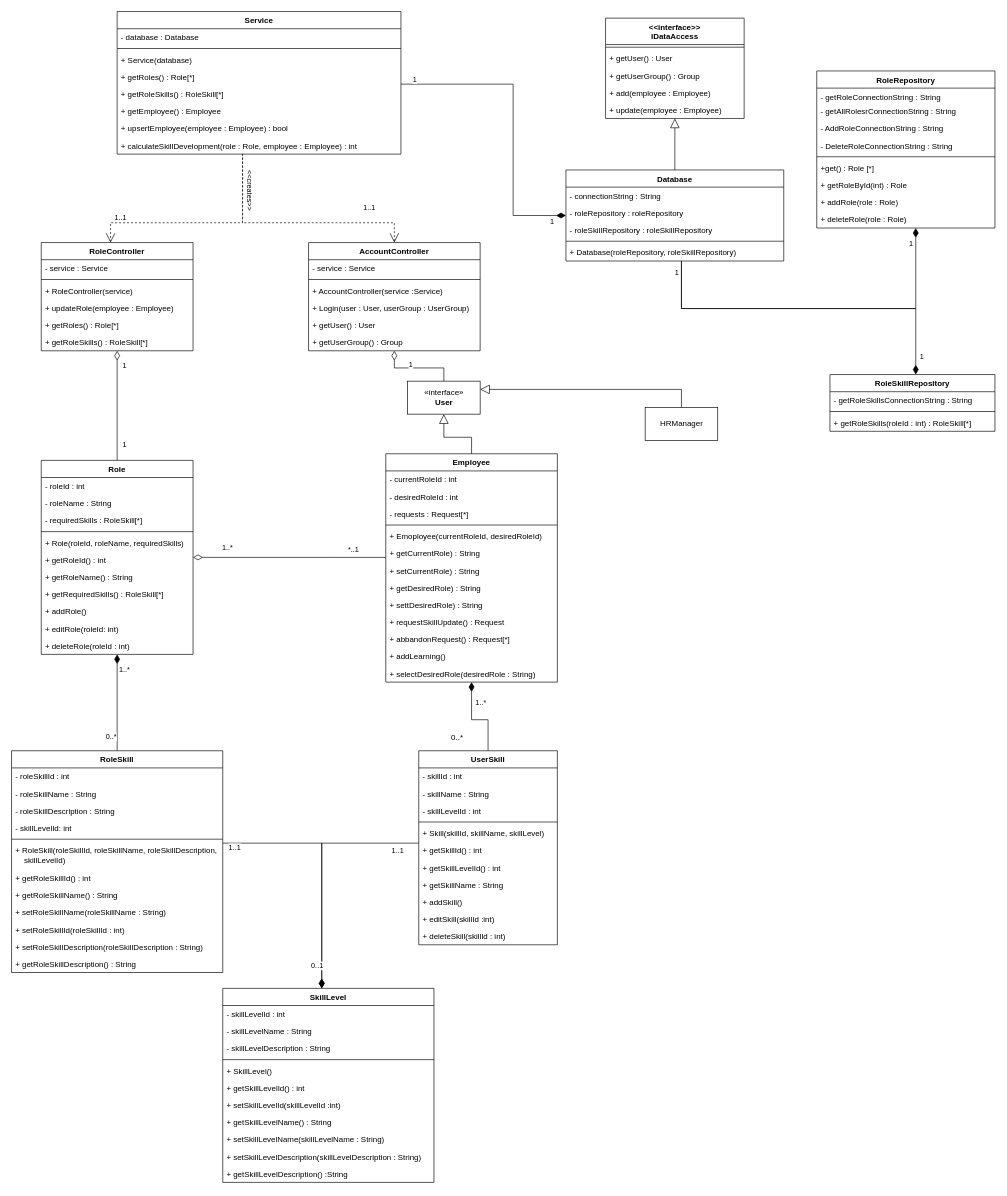
Before: SelectRoleClassDiagram.drawio in learningCurve89/WorkBasedPortfolios, a draw.io diagram. Source tidied: cells renumbered, new cells numbered last; positions are measured from the earlier drawing's top-left corner, leaving out a move shared by most shapes. Both pictures are drawn from the tidied source at 66%, with x=0, y=0 at pixel (11, 11).
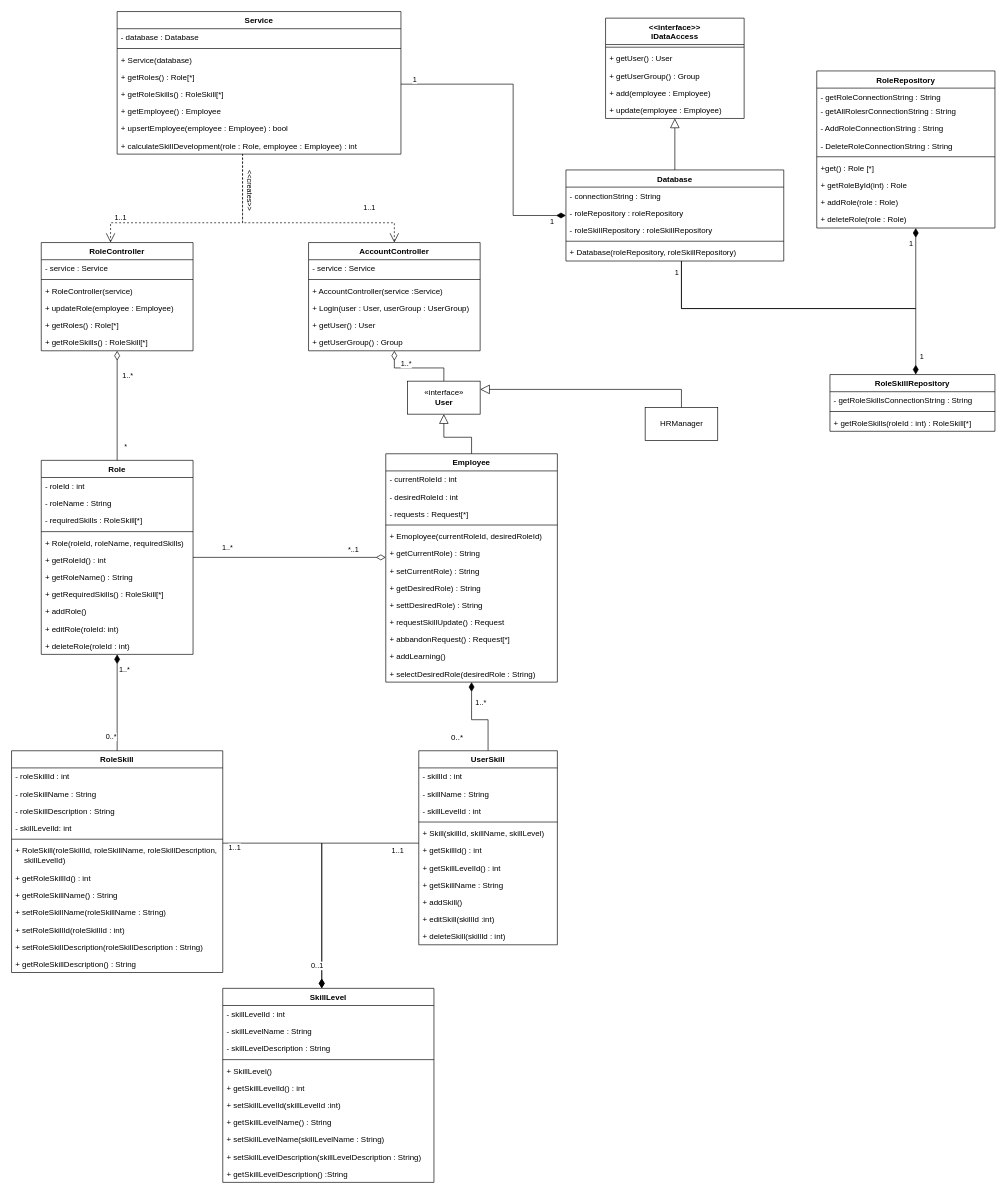
The same diagram, later.

The change refers to these unchanged cells:
```xml
<mxCell id="5" style="edgeStyle=orthogonalEdgeStyle;rounded=0;jettySize=auto;html=1;startArrow=none;startFill=0;startSize=12;endArrow=diamondThin;endFill=0;endSize=12;" parent="1" edge="1" source="146" target="139">
  <mxGeometry relative="1" as="geometry" />
</mxCell>
<mxCell id="10" value="Employee" style="swimlane;fontStyle=1;align=center;verticalAlign=top;horizontal=1;startSize=26;" parent="1" vertex="1">
  <mxGeometry x="567" y="670" width="260" height="346" as="geometry" />
</mxCell>
<mxCell id="24" value="Role" style="swimlane;fontStyle=1;align=center;verticalAlign=top;horizontal=1;startSize=26;" parent="1" vertex="1">
  <mxGeometry x="45" y="680" width="230" height="294" as="geometry" />
</mxCell>
<mxCell id="80" style="edgeStyle=orthogonalEdgeStyle;rounded=0;jettySize=auto;html=1;entryX=0.5;entryY=0;entryDx=0;entryDy=0;startArrow=diamondThin;startFill=0;startSize=12;endArrow=none;endFill=0;endSize=12;" parent="1" edge="1" source="83" target="24">
  <mxGeometry relative="1" as="geometry" />
</mxCell>
```

The edit, as a diff of the source:
```diff
@@
-    <mxCell id="6" value="1" style="edgeLabel;html=1;align=center;verticalAlign=middle;" parent="5" vertex="1">
-      <mxGeometry x="0.17" y="-6" relative="1" as="geometry" />
-    </mxCell>
+    <mxCell id="151" value="1..*" style="edgeLabel;html=1;align=center;verticalAlign=middle;" parent="5" vertex="1">
+      <mxGeometry x="0.29" y="-7" relative="1" as="geometry" />
+    </mxCell>
-    <mxCell id="7" style="edgeStyle=orthogonalEdgeStyle;rounded=0;jettySize=auto;html=1;startArrow=none;startFill=0;startSize=12;endArrow=diamondThin;endFill=0;endSize=12;" parent="1" edge="1" source="10" target="24">
+    <mxCell id="7" style="edgeStyle=orthogonalEdgeStyle;rounded=0;jettySize=auto;html=1;startArrow=diamondThin;startFill=0;startSize=12;endArrow=none;endFill=0;endSize=12;" parent="1" edge="1" source="10" target="24">
       <mxGeometry relative="1" as="geometry">
         <Array as="points">
           <mxPoint x="490" y="827" />
           <mxPoint x="490" y="827" />
         </Array>
       </mxGeometry>
     </mxCell>
@@
-    <mxCell id="81" value="1" style="edgeLabel;html=1;align=center;verticalAlign=middle;" parent="80" vertex="1">
-      <mxGeometry x="0.71" y="10" relative="1" as="geometry" />
-    </mxCell>
-    <mxCell id="82" value="1" style="edgeLabel;html=1;align=center;verticalAlign=middle;" parent="80" vertex="1">
-      <mxGeometry x="-0.73" y="10" relative="1" as="geometry" />
-    </mxCell>
+    <mxCell id="152" value="1..*" style="edgeLabel;html=1;align=center;verticalAlign=middle;" parent="80" vertex="1">
+      <mxGeometry x="-0.56" y="15" relative="1" as="geometry" />
+    </mxCell>
+    <mxCell id="153" value="*" style="edgeLabel;html=1;align=center;verticalAlign=middle;" parent="80" vertex="1">
+      <mxGeometry x="0.75" y="12" relative="1" as="geometry" />
+    </mxCell>
```
